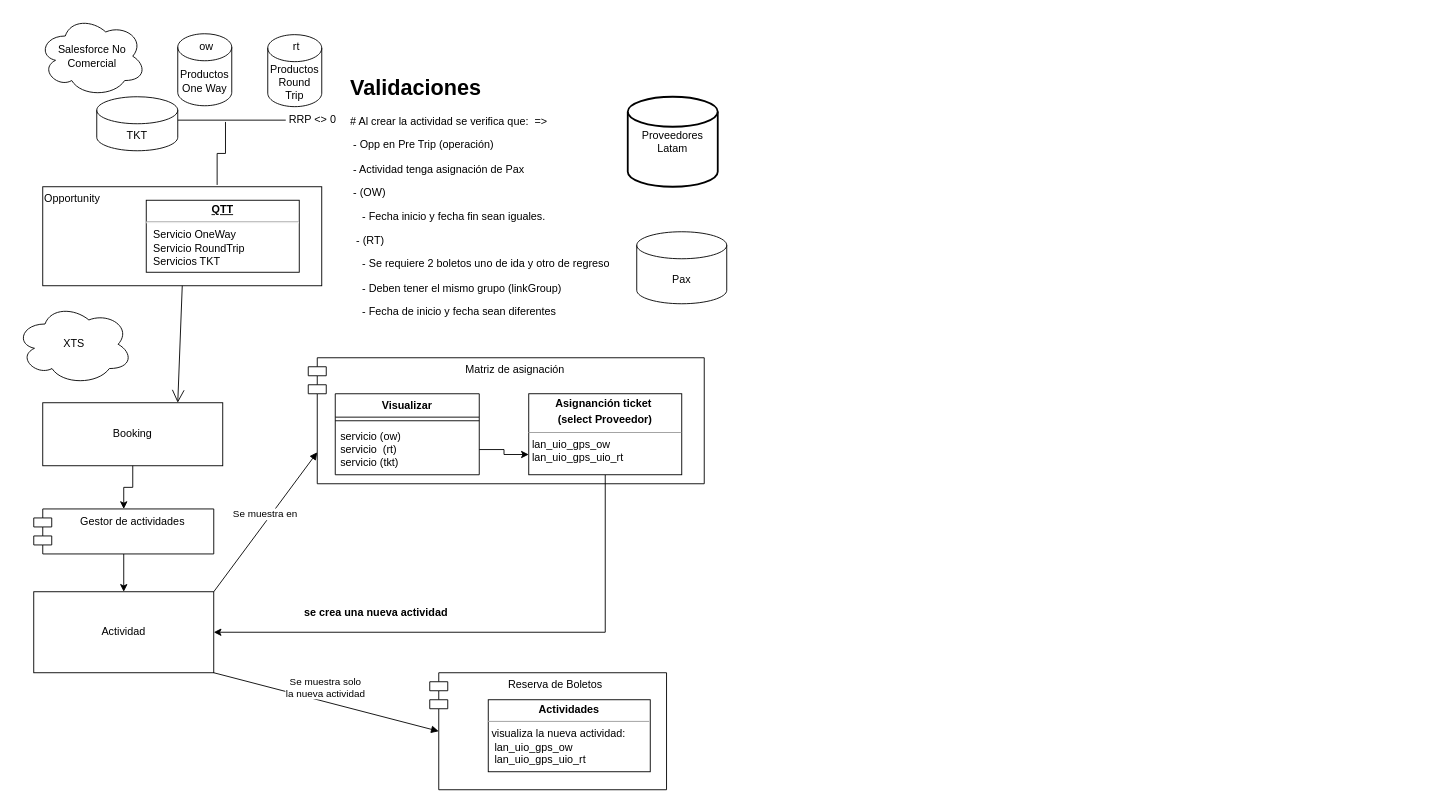
TecladoZurdo/UML keeps this draw.io diagram as OneWay - RoundTrip.drawio. Above is the earlier version. Source tidied: cells renumbered, new cells numbered last; positions are measured from the earlier drawing's top-left corner, leaving out a move shared by most shapes. Both pictures are drawn from the tidied source at 90%, with x=0, y=0 at pixel (15, 15).
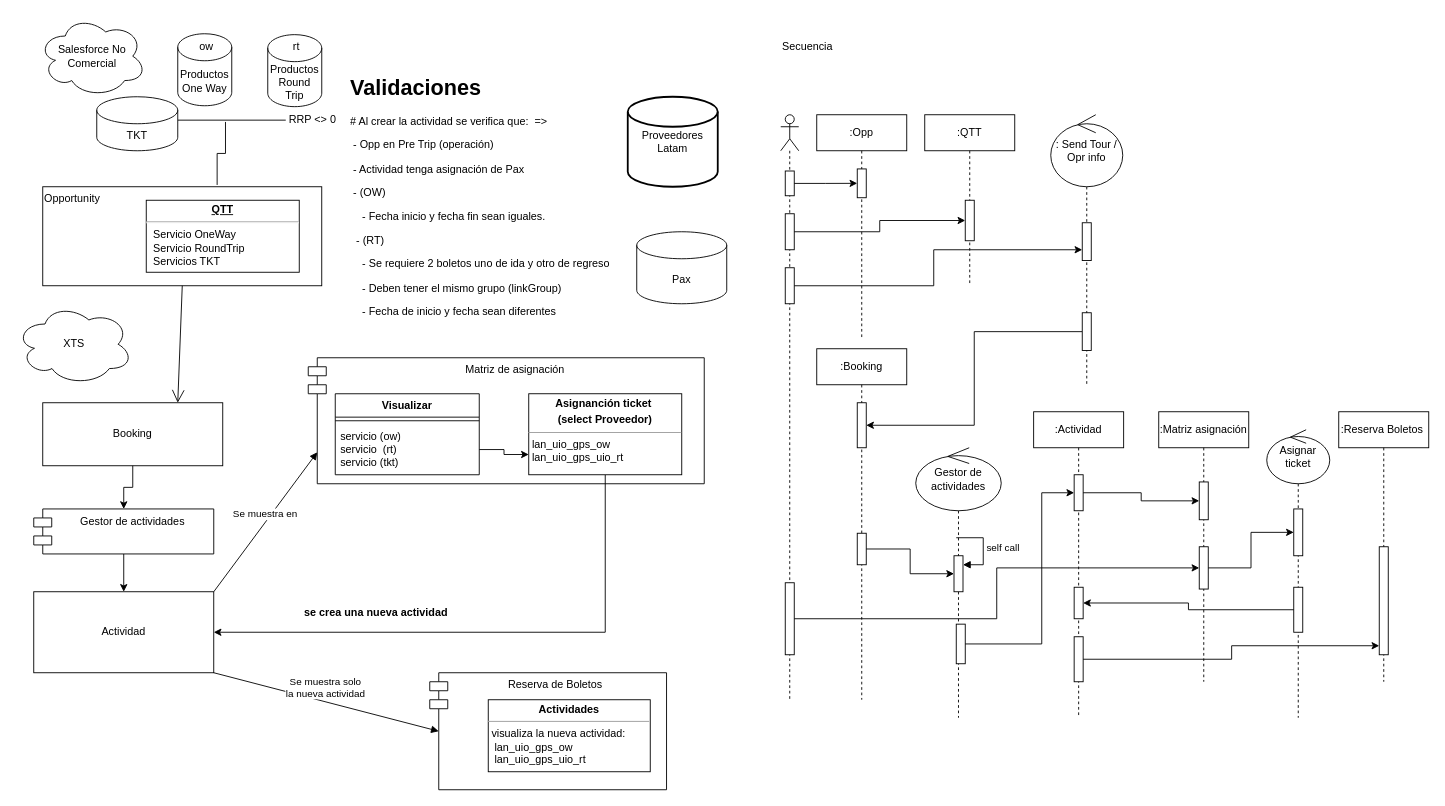
The same page after the edit.

Change to the diagram source:
```diff
@@
+    <mxCell id="35" value=":Opp" style="shape=umlLifeline;perimeter=lifelinePerimeter;whiteSpace=wrap;html=1;newEdgeStyle={&quot;curved&quot;:0,&quot;rounded&quot;:0};" parent="1" vertex="1">
+      <mxGeometry x="890" y="110" width="100" height="250" as="geometry" />
+    </mxCell>
+    <mxCell id="36" style="html=1;points=[[0,0,0,0,5],[0,1,0,0,-5],[1,0,0,0,5],[1,1,0,0,-5]];perimeter=orthogonalPerimeter;outlineConnect=0;targetShapes=umlLifeline;portConstraint=eastwest;newEdgeStyle={&quot;curved&quot;:0,&quot;rounded&quot;:0};" parent="35" vertex="1">
+      <mxGeometry x="45" y="60.2" width="10" height="32" as="geometry" />
+    </mxCell>
+    <mxCell id="37" value="Secuencia" style="text;html=1;strokeColor=none;fillColor=none;align=center;verticalAlign=middle;whiteSpace=wrap;rounded=0;" parent="1" vertex="1">
+      <mxGeometry x="850" y="20" width="60" height="30" as="geometry" />
+    </mxCell>
+    <mxCell id="38" value=":QTT" style="shape=umlLifeline;perimeter=lifelinePerimeter;whiteSpace=wrap;html=1;newEdgeStyle={&quot;curved&quot;:0,&quot;rounded&quot;:0};" parent="1" vertex="1">
+      <mxGeometry x="1010" y="110" width="100" height="190" as="geometry" />
+    </mxCell>
+    <mxCell id="39" style="html=1;points=[[0,0,0,0,5],[0,1,0,0,-5],[1,0,0,0,5],[1,1,0,0,-5]];perimeter=orthogonalPerimeter;outlineConnect=0;targetShapes=umlLifeline;portConstraint=eastwest;newEdgeStyle={&quot;curved&quot;:0,&quot;rounded&quot;:0};" parent="38" vertex="1">
+      <mxGeometry x="45" y="95" width="10" height="45" as="geometry" />
+    </mxCell>
+    <mxCell id="40" style="shape=umlLifeline;perimeter=lifelinePerimeter;whiteSpace=wrap;html=1;newEdgeStyle={&quot;curved&quot;:0,&quot;rounded&quot;:0};participant=umlActor;" parent="1" vertex="1">
+      <mxGeometry x="850" y="110" width="20" height="650" as="geometry" />
+    </mxCell>
+    <mxCell id="41" style="html=1;points=[[0,0,0,0,5],[0,1,0,0,-5],[1,0,0,0,5],[1,1,0,0,-5]];perimeter=orthogonalPerimeter;outlineConnect=0;targetShapes=umlLifeline;portConstraint=eastwest;newEdgeStyle={&quot;curved&quot;:0,&quot;rounded&quot;:0};" parent="40" vertex="1">
+      <mxGeometry x="5" y="62.5" width="10" height="27.5" as="geometry" />
+    </mxCell>
+    <mxCell id="42" style="html=1;points=[[0,0,0,0,5],[0,1,0,0,-5],[1,0,0,0,5],[1,1,0,0,-5]];perimeter=orthogonalPerimeter;outlineConnect=0;targetShapes=umlLifeline;portConstraint=eastwest;newEdgeStyle={&quot;curved&quot;:0,&quot;rounded&quot;:0};" parent="40" vertex="1">
+      <mxGeometry x="5" y="110" width="10" height="40" as="geometry" />
+    </mxCell>
+    <mxCell id="43" style="html=1;points=[[0,0,0,0,5],[0,1,0,0,-5],[1,0,0,0,5],[1,1,0,0,-5]];perimeter=orthogonalPerimeter;outlineConnect=0;targetShapes=umlLifeline;portConstraint=eastwest;newEdgeStyle={&quot;curved&quot;:0,&quot;rounded&quot;:0};" parent="40" vertex="1">
+      <mxGeometry x="5" y="170" width="10" height="40" as="geometry" />
+    </mxCell>
+    <mxCell id="44" style="html=1;points=[[0,0,0,0,5],[0,1,0,0,-5],[1,0,0,0,5],[1,1,0,0,-5]];perimeter=orthogonalPerimeter;outlineConnect=0;targetShapes=umlLifeline;portConstraint=eastwest;newEdgeStyle={&quot;curved&quot;:0,&quot;rounded&quot;:0};" parent="40" vertex="1">
+      <mxGeometry x="5" y="520" width="10" height="80" as="geometry" />
+    </mxCell>
+    <mxCell id="45" style="edgeStyle=orthogonalEdgeStyle;rounded=0;jettySize=auto;html=1;curved=0;" parent="1" edge="1" source="41" target="36">
+      <mxGeometry relative="1" as="geometry" />
+    </mxCell>
+    <mxCell id="46" style="edgeStyle=orthogonalEdgeStyle;rounded=0;jettySize=auto;html=1;curved=0;" parent="1" edge="1" source="42" target="39">
+      <mxGeometry relative="1" as="geometry" />
+    </mxCell>
+    <mxCell id="47" style="edgeStyle=orthogonalEdgeStyle;rounded=0;jettySize=auto;html=1;curved=0;" parent="1" edge="1" source="43" target="53">
+      <mxGeometry relative="1" as="geometry">
+        <Array as="points">
+          <mxPoint x="1020" y="300" />
+          <mxPoint x="1020" y="260" />
+        </Array>
+      </mxGeometry>
+    </mxCell>
+    <mxCell id="48" value=":Booking" style="shape=umlLifeline;perimeter=lifelinePerimeter;whiteSpace=wrap;html=1;newEdgeStyle={&quot;curved&quot;:0,&quot;rounded&quot;:0};" parent="1" vertex="1">
+      <mxGeometry x="890" y="370" width="100" height="390" as="geometry" />
+    </mxCell>
+    <mxCell id="49" style="html=1;points=[[0,0,0,0,5],[0,1,0,0,-5],[1,0,0,0,5],[1,1,0,0,-5]];perimeter=orthogonalPerimeter;outlineConnect=0;targetShapes=umlLifeline;portConstraint=eastwest;newEdgeStyle={&quot;curved&quot;:0,&quot;rounded&quot;:0};" parent="48" vertex="1">
+      <mxGeometry x="45" y="60" width="10" height="50" as="geometry" />
+    </mxCell>
+    <mxCell id="50" style="html=1;points=[[0,0,0,0,5],[0,1,0,0,-5],[1,0,0,0,5],[1,1,0,0,-5]];perimeter=orthogonalPerimeter;outlineConnect=0;targetShapes=umlLifeline;portConstraint=eastwest;newEdgeStyle={&quot;curved&quot;:0,&quot;rounded&quot;:0};" parent="48" vertex="1">
+      <mxGeometry x="45" y="205" width="10" height="35" as="geometry" />
+    </mxCell>
+    <mxCell id="51" style="edgeStyle=orthogonalEdgeStyle;rounded=0;jettySize=auto;html=1;curved=0;" parent="1" edge="1" source="54" target="49">
+      <mxGeometry relative="1" as="geometry" />
+    </mxCell>
+    <mxCell id="52" value=": Send Tour / Opr info" style="shape=umlLifeline;perimeter=lifelinePerimeter;whiteSpace=wrap;html=1;newEdgeStyle={&quot;curved&quot;:0,&quot;rounded&quot;:0};participant=umlControl;size=80;" parent="1" vertex="1">
+      <mxGeometry x="1150" y="110" width="80" height="300" as="geometry" />
+    </mxCell>
+    <mxCell id="53" style="html=1;points=[[0,0,0,0,5],[0,1,0,0,-5],[1,0,0,0,5],[1,1,0,0,-5]];perimeter=orthogonalPerimeter;outlineConnect=0;targetShapes=umlLifeline;portConstraint=eastwest;newEdgeStyle={&quot;curved&quot;:0,&quot;rounded&quot;:0};" parent="52" vertex="1">
+      <mxGeometry x="35" y="120" width="10" height="42" as="geometry" />
+    </mxCell>
+    <mxCell id="54" style="html=1;points=[[0,0,0,0,5],[0,1,0,0,-5],[1,0,0,0,5],[1,1,0,0,-5]];perimeter=orthogonalPerimeter;outlineConnect=0;targetShapes=umlLifeline;portConstraint=eastwest;newEdgeStyle={&quot;curved&quot;:0,&quot;rounded&quot;:0};" parent="52" vertex="1">
+      <mxGeometry x="35" y="220" width="10" height="42" as="geometry" />
+    </mxCell>
+    <mxCell id="55" value="Gestor de actividades" style="shape=umlLifeline;perimeter=lifelinePerimeter;whiteSpace=wrap;html=1;newEdgeStyle={&quot;curved&quot;:0,&quot;rounded&quot;:0};participant=umlControl;size=70;" parent="1" vertex="1">
+      <mxGeometry x="1000" y="480" width="95" height="300" as="geometry" />
+    </mxCell>
+    <mxCell id="56" style="html=1;points=[[0,0,0,0,5],[0,1,0,0,-5],[1,0,0,0,5],[1,1,0,0,-5]];perimeter=orthogonalPerimeter;outlineConnect=0;targetShapes=umlLifeline;portConstraint=eastwest;newEdgeStyle={&quot;curved&quot;:0,&quot;rounded&quot;:0};" parent="55" vertex="1">
+      <mxGeometry x="42.5" y="120" width="10" height="40" as="geometry" />
+    </mxCell>
+    <mxCell id="57" value="self call" style="html=1;align=left;spacingLeft=2;endArrow=block;rounded=0;edgeStyle=orthogonalEdgeStyle;curved=0;rounded=0;" parent="55" edge="1" target="56">
+      <mxGeometry relative="1" as="geometry">
+        <mxPoint x="45" y="100" as="sourcePoint" />
+        <Array as="points">
+          <mxPoint x="75" y="130" />
+        </Array>
+      </mxGeometry>
+    </mxCell>
+    <mxCell id="58" style="html=1;points=[[0,0,0,0,5],[0,1,0,0,-5],[1,0,0,0,5],[1,1,0,0,-5]];perimeter=orthogonalPerimeter;outlineConnect=0;targetShapes=umlLifeline;portConstraint=eastwest;newEdgeStyle={&quot;curved&quot;:0,&quot;rounded&quot;:0};" parent="55" vertex="1">
+      <mxGeometry x="45" y="196" width="10" height="44" as="geometry" />
+    </mxCell>
+    <mxCell id="59" value=":Actividad" style="shape=umlLifeline;perimeter=lifelinePerimeter;whiteSpace=wrap;html=1;newEdgeStyle={&quot;curved&quot;:0,&quot;rounded&quot;:0};" parent="1" vertex="1">
+      <mxGeometry x="1131" y="440" width="100" height="340" as="geometry" />
+    </mxCell>
+    <mxCell id="60" style="html=1;points=[[0,0,0,0,5],[0,1,0,0,-5],[1,0,0,0,5],[1,1,0,0,-5]];perimeter=orthogonalPerimeter;outlineConnect=0;targetShapes=umlLifeline;portConstraint=eastwest;newEdgeStyle={&quot;curved&quot;:0,&quot;rounded&quot;:0};" parent="59" vertex="1">
+      <mxGeometry x="45" y="70" width="10" height="40" as="geometry" />
+    </mxCell>
+    <mxCell id="61" style="html=1;points=[[0,0,0,0,5],[0,1,0,0,-5],[1,0,0,0,5],[1,1,0,0,-5]];perimeter=orthogonalPerimeter;outlineConnect=0;targetShapes=umlLifeline;portConstraint=eastwest;newEdgeStyle={&quot;curved&quot;:0,&quot;rounded&quot;:0};" parent="59" vertex="1">
+      <mxGeometry x="45" y="195" width="10" height="35" as="geometry" />
+    </mxCell>
+    <mxCell id="62" style="html=1;points=[[0,0,0,0,5],[0,1,0,0,-5],[1,0,0,0,5],[1,1,0,0,-5]];perimeter=orthogonalPerimeter;outlineConnect=0;targetShapes=umlLifeline;portConstraint=eastwest;newEdgeStyle={&quot;curved&quot;:0,&quot;rounded&quot;:0};" parent="59" vertex="1">
+      <mxGeometry x="45" y="250" width="10" height="50" as="geometry" />
+    </mxCell>
+    <mxCell id="63" value=":Matriz asignación" style="shape=umlLifeline;perimeter=lifelinePerimeter;whiteSpace=wrap;html=1;newEdgeStyle={&quot;curved&quot;:0,&quot;rounded&quot;:0};" parent="1" vertex="1">
+      <mxGeometry x="1270" y="440" width="100" height="300" as="geometry" />
+    </mxCell>
+    <mxCell id="64" style="html=1;points=[[0,0,0,0,5],[0,1,0,0,-5],[1,0,0,0,5],[1,1,0,0,-5]];perimeter=orthogonalPerimeter;outlineConnect=0;targetShapes=umlLifeline;portConstraint=eastwest;newEdgeStyle={&quot;curved&quot;:0,&quot;rounded&quot;:0};" parent="63" vertex="1">
+      <mxGeometry x="45" y="78" width="10" height="42" as="geometry" />
+    </mxCell>
+    <mxCell id="65" style="html=1;points=[[0,0,0,0,5],[0,1,0,0,-5],[1,0,0,0,5],[1,1,0,0,-5]];perimeter=orthogonalPerimeter;outlineConnect=0;targetShapes=umlLifeline;portConstraint=eastwest;newEdgeStyle={&quot;curved&quot;:0,&quot;rounded&quot;:0};" parent="63" vertex="1">
+      <mxGeometry x="45" y="150" width="10" height="47" as="geometry" />
+    </mxCell>
+    <mxCell id="66" style="edgeStyle=orthogonalEdgeStyle;rounded=0;jettySize=auto;html=1;curved=0;" parent="1" edge="1" source="50" target="56">
+      <mxGeometry relative="1" as="geometry" />
+    </mxCell>
+    <mxCell id="67" style="edgeStyle=orthogonalEdgeStyle;rounded=0;jettySize=auto;html=1;curved=0;" parent="1" edge="1" source="58" target="60">
+      <mxGeometry relative="1" as="geometry">
+        <Array as="points">
+          <mxPoint x="1140" y="698" />
+          <mxPoint x="1140" y="530" />
+        </Array>
+      </mxGeometry>
+    </mxCell>
+    <mxCell id="68" value=":Reserva Boletos&amp;nbsp;" style="shape=umlLifeline;perimeter=lifelinePerimeter;whiteSpace=wrap;html=1;newEdgeStyle={&quot;curved&quot;:0,&quot;rounded&quot;:0};" parent="1" vertex="1">
+      <mxGeometry x="1470" y="440" width="100" height="300" as="geometry" />
+    </mxCell>
+    <mxCell id="69" style="html=1;points=[[0,0,0,0,5],[0,1,0,0,-5],[1,0,0,0,5],[1,1,0,0,-5]];perimeter=orthogonalPerimeter;outlineConnect=0;targetShapes=umlLifeline;portConstraint=eastwest;newEdgeStyle={&quot;curved&quot;:0,&quot;rounded&quot;:0};" parent="68" vertex="1">
+      <mxGeometry x="45" y="150" width="10" height="120" as="geometry" />
+    </mxCell>
+    <mxCell id="70" value="Asignar ticket" style="shape=umlLifeline;perimeter=lifelinePerimeter;whiteSpace=wrap;html=1;newEdgeStyle={&quot;curved&quot;:0,&quot;rounded&quot;:0};participant=umlControl;size=60;" parent="1" vertex="1">
+      <mxGeometry x="1390" y="460" width="70" height="320" as="geometry" />
+    </mxCell>
+    <mxCell id="71" style="html=1;points=[[0,0,0,0,5],[0,1,0,0,-5],[1,0,0,0,5],[1,1,0,0,-5]];perimeter=orthogonalPerimeter;outlineConnect=0;targetShapes=umlLifeline;portConstraint=eastwest;newEdgeStyle={&quot;curved&quot;:0,&quot;rounded&quot;:0};" parent="70" vertex="1">
+      <mxGeometry x="30" y="88" width="10" height="52" as="geometry" />
+    </mxCell>
+    <mxCell id="72" style="html=1;points=[[0,0,0,0,5],[0,1,0,0,-5],[1,0,0,0,5],[1,1,0,0,-5]];perimeter=orthogonalPerimeter;outlineConnect=0;targetShapes=umlLifeline;portConstraint=eastwest;newEdgeStyle={&quot;curved&quot;:0,&quot;rounded&quot;:0};" parent="70" vertex="1">
+      <mxGeometry x="30" y="175" width="10" height="50" as="geometry" />
+    </mxCell>
+    <mxCell id="73" style="edgeStyle=orthogonalEdgeStyle;rounded=0;jettySize=auto;html=1;curved=0;" parent="1" edge="1" source="60" target="64">
+      <mxGeometry relative="1" as="geometry" />
+    </mxCell>
+    <mxCell id="74" style="edgeStyle=orthogonalEdgeStyle;rounded=0;jettySize=auto;html=1;curved=0;" parent="1" edge="1" source="65" target="71">
+      <mxGeometry relative="1" as="geometry" />
+    </mxCell>
+    <mxCell id="75" style="edgeStyle=orthogonalEdgeStyle;rounded=0;jettySize=auto;html=1;curved=0;" parent="1" edge="1" source="72" target="61">
+      <mxGeometry relative="1" as="geometry" />
+    </mxCell>
+    <mxCell id="76" style="edgeStyle=orthogonalEdgeStyle;rounded=0;jettySize=auto;html=1;curved=0;" parent="1" edge="1" source="62" target="69">
+      <mxGeometry relative="1" as="geometry">
+        <Array as="points">
+          <mxPoint x="1351" y="715" />
+          <mxPoint x="1351" y="700" />
+        </Array>
+      </mxGeometry>
+    </mxCell>
+    <mxCell id="77" style="edgeStyle=orthogonalEdgeStyle;rounded=0;jettySize=auto;html=1;curved=0;" parent="1" edge="1" source="44" target="65">
+      <mxGeometry relative="1" as="geometry" />
+    </mxCell>
```
